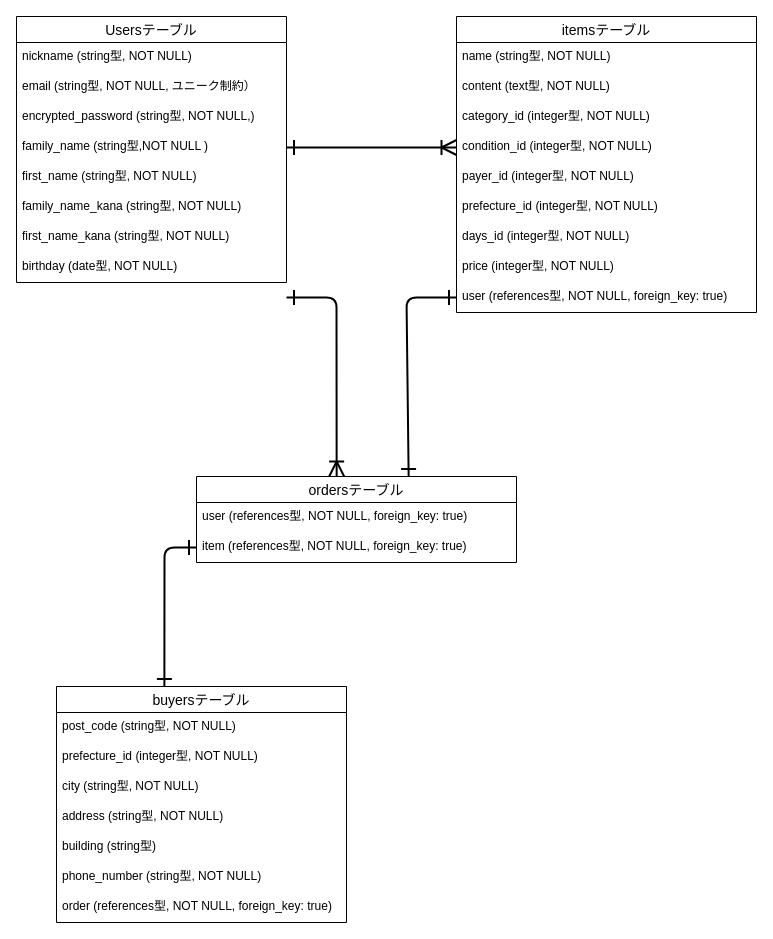
Before: furima-38624.dio in inadatoshiki/furima-38624, a draw.io diagram. Source tidied: cells renumbered, new cells numbered last; positions are measured from the earlier drawing's top-left corner, leaving out a move shared by most shapes. Both pictures are drawn from the tidied source at 100%, with x=0, y=0 at pixel (16, 16).
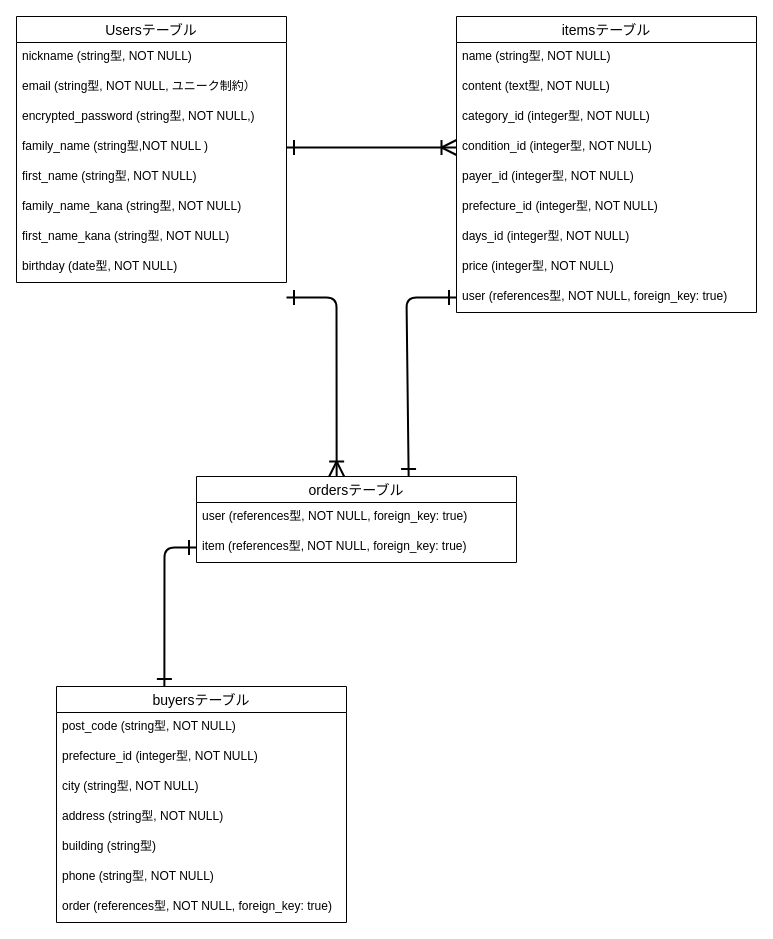
After the change.

The change refers to these unchanged cells:
```xml
<mxCell id="24" value="buyersテーブル" style="swimlane;fontStyle=0;horizontal=1;startSize=26;align=center;fontSize=14;" parent="1" vertex="1">
  <mxGeometry x="40" y="670" width="290" height="236" as="geometry" />
</mxCell>
```

Change to the diagram source:
```diff
@@
-    <mxCell id="30" value="phone_number (string型, NOT NULL)" style="text;strokeColor=none;fillColor=none;spacingLeft=4;spacingRight=4;overflow=hidden;fontSize=12;" parent="24" vertex="1">
+    <mxCell id="30" value="phone (string型, NOT NULL)" style="text;strokeColor=none;fillColor=none;spacingLeft=4;spacingRight=4;overflow=hidden;fontSize=12;" parent="24" vertex="1">
       <mxGeometry y="176" width="290" height="30" as="geometry" />
     </mxCell>
```
